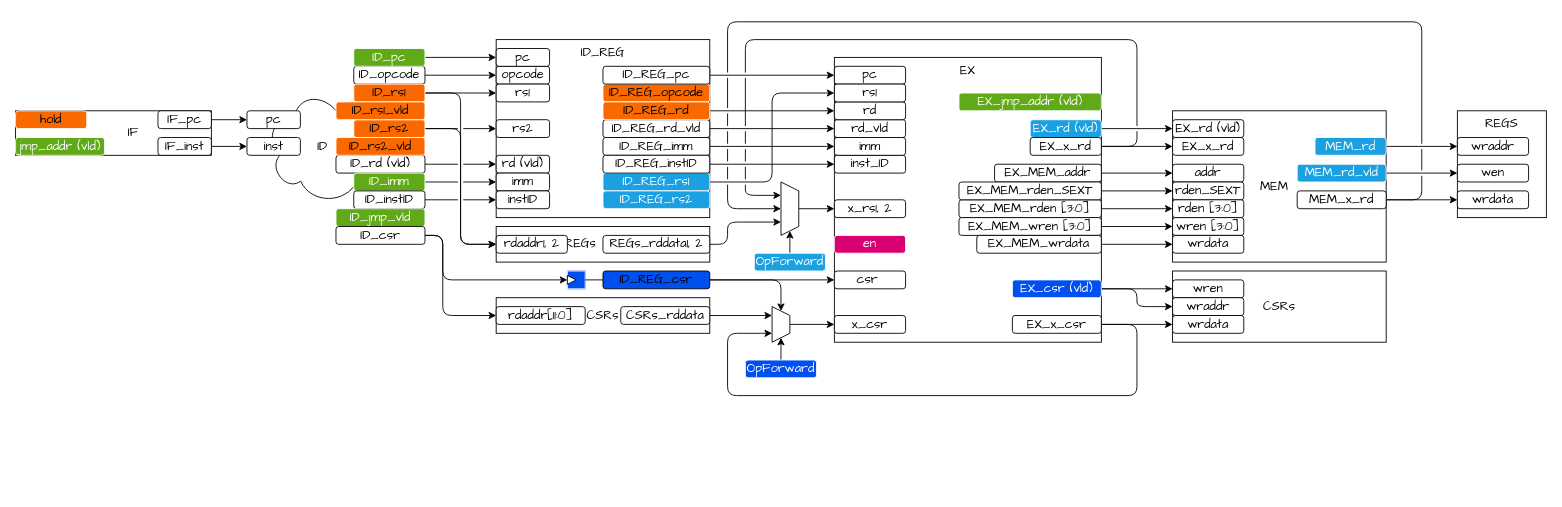
DuBirdFly/RV32 keeps this draw.io diagram as doc/drawio.drawio. Above is the earlier version. Source tidied: cells renumbered, new cells numbered last; positions are measured from the earlier drawing's top-left corner, leaving out a move shared by most shapes. Both pictures are drawn from the tidied source at 89%, with x=0, y=0 at pixel (15, 21).
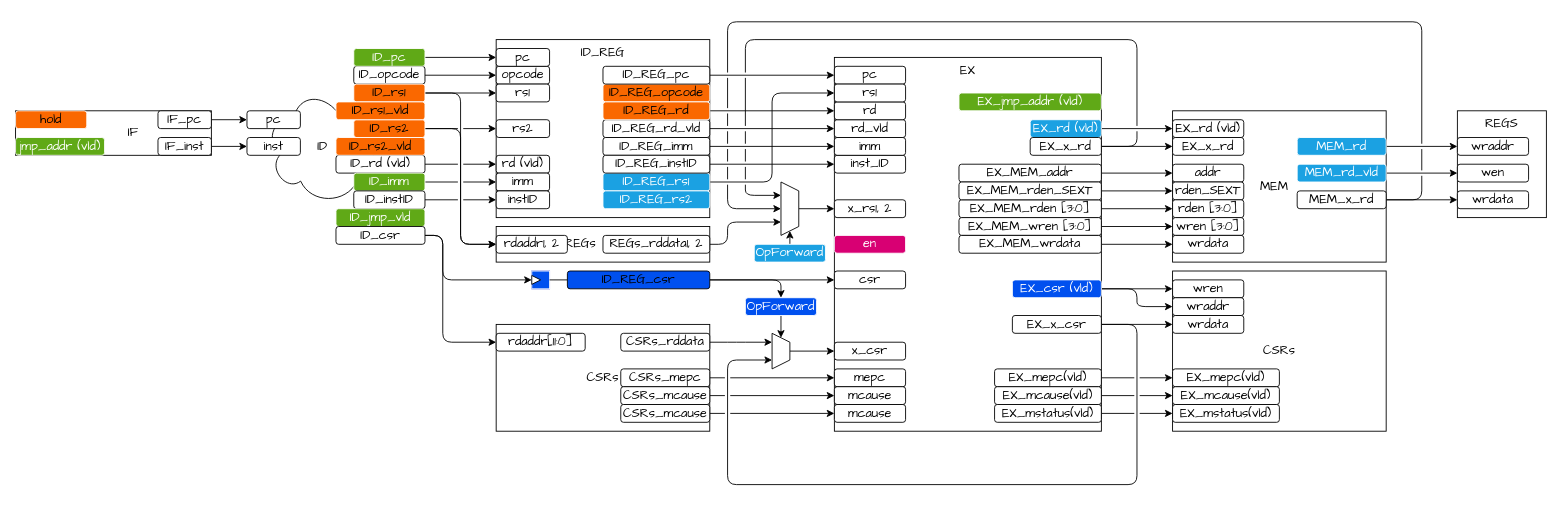
After the change.

The change refers to these unchanged cells:
```xml
<mxCell id="110" value="ID_csr" style="rounded=1;whiteSpace=wrap;html=1;labelBorderColor=none;fontSize=14;fontFamily=Comic Sans MS;" parent="1" vertex="1">
  <mxGeometry x="360" y="230" width="100" height="20" as="geometry" />
</mxCell>
<mxCell id="123" value="EX_x_csr" style="rounded=1;whiteSpace=wrap;html=1;labelBorderColor=none;fontSize=14;fontFamily=Comic Sans MS;" parent="1" vertex="1">
  <mxGeometry x="1120" y="330" width="100" height="20" as="geometry" />
</mxCell>
```

Change to the diagram source:
```diff
@@
     <mxCell id="3" value="EX" style="rounded=0;whiteSpace=wrap;html=1;fontFamily=Comic Sans MS;fontSize=14;verticalAlign=top;" parent="1" vertex="1">
-      <mxGeometry x="920" y="40" width="300" height="320" as="geometry" />
+      <mxGeometry x="920" y="40" width="300" height="420" as="geometry" />
     </mxCell>
@@
     <mxCell id="66" value="EX_MEM_addr" style="rounded=1;whiteSpace=wrap;html=1;labelBorderColor=none;fontSize=14;fontFamily=Comic Sans MS;" parent="1" vertex="1">
-      <mxGeometry x="1100" y="160" width="120" height="20" as="geometry" />
+      <mxGeometry x="1060" y="160" width="160" height="20" as="geometry" />
     </mxCell>
@@
     <mxCell id="72" value="EX_MEM_wrdata" style="rounded=1;whiteSpace=wrap;html=1;labelBorderColor=none;fontSize=14;fontFamily=Comic Sans MS;" parent="1" vertex="1">
-      <mxGeometry x="1080" y="240" width="140" height="20" as="geometry" />
+      <mxGeometry x="1060" y="240" width="160" height="20" as="geometry" />
     </mxCell>
@@
     <mxCell id="88" value="MEM_rd" style="rounded=1;whiteSpace=wrap;html=1;labelBorderColor=none;fontSize=14;fontFamily=Comic Sans MS;fillColor=#1ba1e2;fontColor=#ffffff;strokeColor=#FFFFFF;" parent="1" vertex="1">
-      <mxGeometry x="1460" y="130" width="80" height="20" as="geometry" />
+      <mxGeometry x="1440" y="130" width="100" height="20" as="geometry" />
     </mxCell>
@@
     <mxCell id="99" value="OpForward" style="rounded=1;whiteSpace=wrap;html=1;labelBorderColor=none;fontSize=14;fontFamily=Comic Sans MS;fillColor=#1ba1e2;fontColor=#ffffff;strokeColor=#FFFFFF;" parent="1" vertex="1">
-      <mxGeometry x="830" y="260" width="80" height="20" as="geometry" />
+      <mxGeometry x="830" y="250" width="80" height="20" as="geometry" />
     </mxCell>
@@
     <mxCell id="104" value="CSRs" style="rounded=0;whiteSpace=wrap;html=1;fontFamily=Comic Sans MS;fontSize=14;verticalAlign=middle;" parent="1" vertex="1">
-      <mxGeometry x="540" y="310" width="240" height="40" as="geometry" />
+      <mxGeometry x="540" y="340" width="240" height="120" as="geometry" />
     </mxCell>
     <mxCell id="105" value="rdaddr[11:0]" style="rounded=1;whiteSpace=wrap;html=1;labelBorderColor=none;fontSize=14;fontFamily=Comic Sans MS;" parent="1" vertex="1">
-      <mxGeometry x="540" y="320" width="100" height="20" as="geometry" />
+      <mxGeometry x="540" y="350" width="100" height="20" as="geometry" />
     </mxCell>
     <mxCell id="106" style="edgeStyle=orthogonalEdgeStyle;html=1;exitX=1;exitY=0.5;exitDx=0;exitDy=0;entryX=0.25;entryY=1;entryDx=0;entryDy=0;" parent="1" edge="1" source="107" target="125">
-      <mxGeometry relative="1" as="geometry" />
+      <mxGeometry relative="1" as="geometry">
+        <Array as="points">
+          <mxPoint x="810" y="360" />
+          <mxPoint x="810" y="360" />
+        </Array>
+      </mxGeometry>
     </mxCell>
     <mxCell id="107" value="CSRs_rddata" style="rounded=1;whiteSpace=wrap;html=1;labelBorderColor=none;fontSize=14;fontFamily=Comic Sans MS;" parent="1" vertex="1">
-      <mxGeometry x="680" y="320" width="100" height="20" as="geometry" />
+      <mxGeometry x="680" y="350" width="100" height="20" as="geometry" />
     </mxCell>
     <mxCell id="108" style="edgeStyle=orthogonalEdgeStyle;html=1;exitX=1;exitY=0.5;exitDx=0;exitDy=0;entryX=0;entryY=0.5;entryDx=0;entryDy=0;" parent="1" edge="1" source="110" target="105">
       <mxGeometry relative="1" as="geometry">
         <Array as="points">
           <mxPoint x="480" y="240" />
-          <mxPoint x="480" y="330" />
+          <mxPoint x="480" y="360" />
         </Array>
       </mxGeometry>
     </mxCell>
@@
     <mxCell id="111" value="x_csr" style="rounded=1;whiteSpace=wrap;html=1;labelBorderColor=none;fontSize=14;fontFamily=Comic Sans MS;" parent="1" vertex="1">
-      <mxGeometry x="920" y="330" width="80" height="20" as="geometry" />
+      <mxGeometry x="920" y="360" width="80" height="20" as="geometry" />
     </mxCell>
@@
-    <mxCell id="115" value="csr&amp;nbsp;" style="rounded=1;whiteSpace=wrap;html=1;labelBorderColor=none;fontSize=14;fontFamily=Comic Sans MS;" parent="1" vertex="1">
+    <mxCell id="115" value="csr" style="rounded=1;whiteSpace=wrap;html=1;labelBorderColor=none;fontSize=14;fontFamily=Comic Sans MS;" parent="1" vertex="1">
       <mxGeometry x="920" y="280" width="80" height="20" as="geometry" />
     </mxCell>
@@
     <mxCell id="117" value="CSRs" style="rounded=0;whiteSpace=wrap;html=1;fontFamily=Comic Sans MS;fontSize=14;verticalAlign=middle;" parent="1" vertex="1">
-      <mxGeometry x="1300" y="280" width="240" height="80" as="geometry" />
+      <mxGeometry x="1300" y="280" width="240" height="180" as="geometry" />
     </mxCell>
@@
     <mxCell id="122" style="edgeStyle=orthogonalEdgeStyle;html=1;exitX=1;exitY=0.5;exitDx=0;exitDy=0;entryX=0.75;entryY=1;entryDx=0;entryDy=0;" parent="1" edge="1" source="123" target="125">
       <mxGeometry relative="1" as="geometry">
         <Array as="points">
           <mxPoint x="1260" y="340" />
-          <mxPoint x="1260" y="420" />
-          <mxPoint x="800" y="420" />
-          <mxPoint x="800" y="350" />
+          <mxPoint x="1260" y="520" />
+          <mxPoint x="800" y="520" />
+          <mxPoint x="800" y="380" />
         </Array>
       </mxGeometry>
     </mxCell>
@@
     <mxCell id="125" style="shape=trapezoid;perimeter=trapezoidPerimeter;whiteSpace=wrap;html=1;fixedSize=1;rounded=0;fontFamily=Comic Sans MS;fontSize=14;direction=south;size=10;" parent="1" vertex="1">
-      <mxGeometry x="850" y="320" width="20" height="40" as="geometry" />
+      <mxGeometry x="850" y="350" width="20" height="40" as="geometry" />
     </mxCell>
-    <mxCell id="126" style="edgeStyle=orthogonalEdgeStyle;html=1;exitX=0.5;exitY=0;exitDx=0;exitDy=0;entryX=1;entryY=0.5;entryDx=0;entryDy=0;" parent="1" edge="1" source="127" target="125">
+    <mxCell id="126" style="edgeStyle=orthogonalEdgeStyle;jumpStyle=gap;html=1;exitX=0.5;exitY=1;exitDx=0;exitDy=0;entryX=0;entryY=0.5;entryDx=0;entryDy=0;" parent="1" edge="1" source="127" target="125">
       <mxGeometry relative="1" as="geometry" />
     </mxCell>
     <mxCell id="127" value="OpForward" style="rounded=1;whiteSpace=wrap;html=1;labelBorderColor=none;fontSize=14;fontFamily=Comic Sans MS;fillColor=#0050ef;fontColor=#ffffff;strokeColor=#FFFFFF;" parent="1" vertex="1">
-      <mxGeometry x="820" y="380" width="80" height="20" as="geometry" />
+      <mxGeometry x="820" y="310" width="80" height="20" as="geometry" />
     </mxCell>
     <mxCell id="128" style="group;" parent="1" vertex="1">
-      <mxGeometry x="620" y="280" width="20" height="20" as="geometry" />
+      <mxGeometry x="580" y="280" width="20" height="20" as="geometry" />
     </mxCell>
@@
-    <mxCell id="133" style="edgeStyle=orthogonalEdgeStyle;html=1;exitX=1;exitY=0.5;exitDx=0;exitDy=0;entryX=0;entryY=0.5;entryDx=0;entryDy=0;fontFamily=Comic Sans MS;fontColor=#0066CC;" parent="1" edge="1" source="134" target="125">
-      <mxGeometry relative="1" as="geometry" />
-    </mxCell>
+    <mxCell id="136" style="edgeStyle=orthogonalEdgeStyle;jumpStyle=gap;html=1;exitX=1;exitY=0.5;exitDx=0;exitDy=0;entryX=0.5;entryY=0;entryDx=0;entryDy=0;" parent="1" edge="1" source="134" target="127">
+      <mxGeometry relative="1" as="geometry" />
+    </mxCell>
     <mxCell id="134" value="ID_REG_csr" style="text;html=1;align=center;verticalAlign=middle;whiteSpace=wrap;rounded=1;fontFamily=Comic Sans MS;fillColor=#0050ef;strokeColor=default;fontSize=14;" parent="1" vertex="1">
-      <mxGeometry x="660" y="280" width="120" height="20" as="geometry" />
+      <mxGeometry x="620" y="280" width="160" height="20" as="geometry" />
     </mxCell>
@@
+    <mxCell id="137" value="mepc" style="rounded=1;whiteSpace=wrap;html=1;labelBorderColor=none;fontSize=14;fontFamily=Comic Sans MS;" parent="1" vertex="1">
+      <mxGeometry x="920" y="390" width="80" height="20" as="geometry" />
+    </mxCell>
+    <mxCell id="138" value="mcause" style="rounded=1;whiteSpace=wrap;html=1;labelBorderColor=none;fontSize=14;fontFamily=Comic Sans MS;" parent="1" vertex="1">
+      <mxGeometry x="920" y="410" width="80" height="20" as="geometry" />
+    </mxCell>
+    <mxCell id="139" value="mcause" style="rounded=1;whiteSpace=wrap;html=1;labelBorderColor=none;fontSize=14;fontFamily=Comic Sans MS;" parent="1" vertex="1">
+      <mxGeometry x="920" y="430" width="80" height="20" as="geometry" />
+    </mxCell>
+    <mxCell id="140" style="edgeStyle=orthogonalEdgeStyle;jumpStyle=gap;html=1;exitX=1;exitY=0.5;exitDx=0;exitDy=0;entryX=0;entryY=0.5;entryDx=0;entryDy=0;" parent="1" edge="1" source="141" target="146">
+      <mxGeometry relative="1" as="geometry" />
+    </mxCell>
+    <mxCell id="141" value="EX_mepc(vld)" style="rounded=1;whiteSpace=wrap;html=1;labelBorderColor=none;fontSize=14;fontFamily=Comic Sans MS;" parent="1" vertex="1">
+      <mxGeometry x="1100" y="390" width="120" height="20" as="geometry" />
+    </mxCell>
+    <mxCell id="142" style="edgeStyle=orthogonalEdgeStyle;jumpStyle=gap;html=1;exitX=1;exitY=0.5;exitDx=0;exitDy=0;entryX=0;entryY=0.5;entryDx=0;entryDy=0;" parent="1" edge="1" source="143" target="147">
+      <mxGeometry relative="1" as="geometry" />
+    </mxCell>
+    <mxCell id="143" value="EX_mcause(vld)" style="rounded=1;whiteSpace=wrap;html=1;labelBorderColor=none;fontSize=14;fontFamily=Comic Sans MS;" parent="1" vertex="1">
+      <mxGeometry x="1100" y="410" width="120" height="20" as="geometry" />
+    </mxCell>
+    <mxCell id="144" style="edgeStyle=orthogonalEdgeStyle;jumpStyle=gap;html=1;exitX=1;exitY=0.5;exitDx=0;exitDy=0;entryX=0;entryY=0.5;entryDx=0;entryDy=0;" parent="1" edge="1" source="145" target="148">
+      <mxGeometry relative="1" as="geometry" />
+    </mxCell>
+    <mxCell id="145" value="EX_mstatus(vld)" style="rounded=1;whiteSpace=wrap;html=1;labelBorderColor=none;fontSize=14;fontFamily=Comic Sans MS;" parent="1" vertex="1">
+      <mxGeometry x="1100" y="430" width="120" height="20" as="geometry" />
+    </mxCell>
+    <mxCell id="146" value="EX_mepc(vld)" style="rounded=1;whiteSpace=wrap;html=1;labelBorderColor=none;fontSize=14;fontFamily=Comic Sans MS;" parent="1" vertex="1">
+      <mxGeometry x="1300" y="390" width="120" height="20" as="geometry" />
+    </mxCell>
+    <mxCell id="147" value="EX_mcause(vld)" style="rounded=1;whiteSpace=wrap;html=1;labelBorderColor=none;fontSize=14;fontFamily=Comic Sans MS;" parent="1" vertex="1">
+      <mxGeometry x="1300" y="410" width="120" height="20" as="geometry" />
+    </mxCell>
+    <mxCell id="148" value="EX_mstatus(vld)" style="rounded=1;whiteSpace=wrap;html=1;labelBorderColor=none;fontSize=14;fontFamily=Comic Sans MS;" parent="1" vertex="1">
+      <mxGeometry x="1300" y="430" width="120" height="20" as="geometry" />
+    </mxCell>
+    <mxCell id="149" style="edgeStyle=orthogonalEdgeStyle;html=1;exitX=1;exitY=0.5;exitDx=0;exitDy=0;entryX=0;entryY=0.5;entryDx=0;entryDy=0;jumpStyle=gap;" parent="1" edge="1" source="150" target="137">
+      <mxGeometry relative="1" as="geometry" />
+    </mxCell>
+    <mxCell id="150" value="CSRs_mepc" style="rounded=1;whiteSpace=wrap;html=1;labelBorderColor=none;fontSize=14;fontFamily=Comic Sans MS;" parent="1" vertex="1">
+      <mxGeometry x="680" y="390" width="100" height="20" as="geometry" />
+    </mxCell>
+    <mxCell id="151" style="edgeStyle=orthogonalEdgeStyle;jumpStyle=gap;html=1;exitX=1;exitY=0.5;exitDx=0;exitDy=0;entryX=0;entryY=0.5;entryDx=0;entryDy=0;" parent="1" edge="1" source="152" target="138">
+      <mxGeometry relative="1" as="geometry" />
+    </mxCell>
+    <mxCell id="152" value="CSRs_mcause" style="rounded=1;whiteSpace=wrap;html=1;labelBorderColor=none;fontSize=14;fontFamily=Comic Sans MS;" parent="1" vertex="1">
+      <mxGeometry x="680" y="410" width="100" height="20" as="geometry" />
+    </mxCell>
+    <mxCell id="153" style="edgeStyle=orthogonalEdgeStyle;jumpStyle=gap;html=1;exitX=1;exitY=0.5;exitDx=0;exitDy=0;entryX=0;entryY=0.5;entryDx=0;entryDy=0;" parent="1" edge="1" source="154" target="139">
+      <mxGeometry relative="1" as="geometry" />
+    </mxCell>
+    <mxCell id="154" value="CSRs_mcause" style="rounded=1;whiteSpace=wrap;html=1;labelBorderColor=none;fontSize=14;fontFamily=Comic Sans MS;" parent="1" vertex="1">
+      <mxGeometry x="680" y="430" width="100" height="20" as="geometry" />
+    </mxCell>
```
